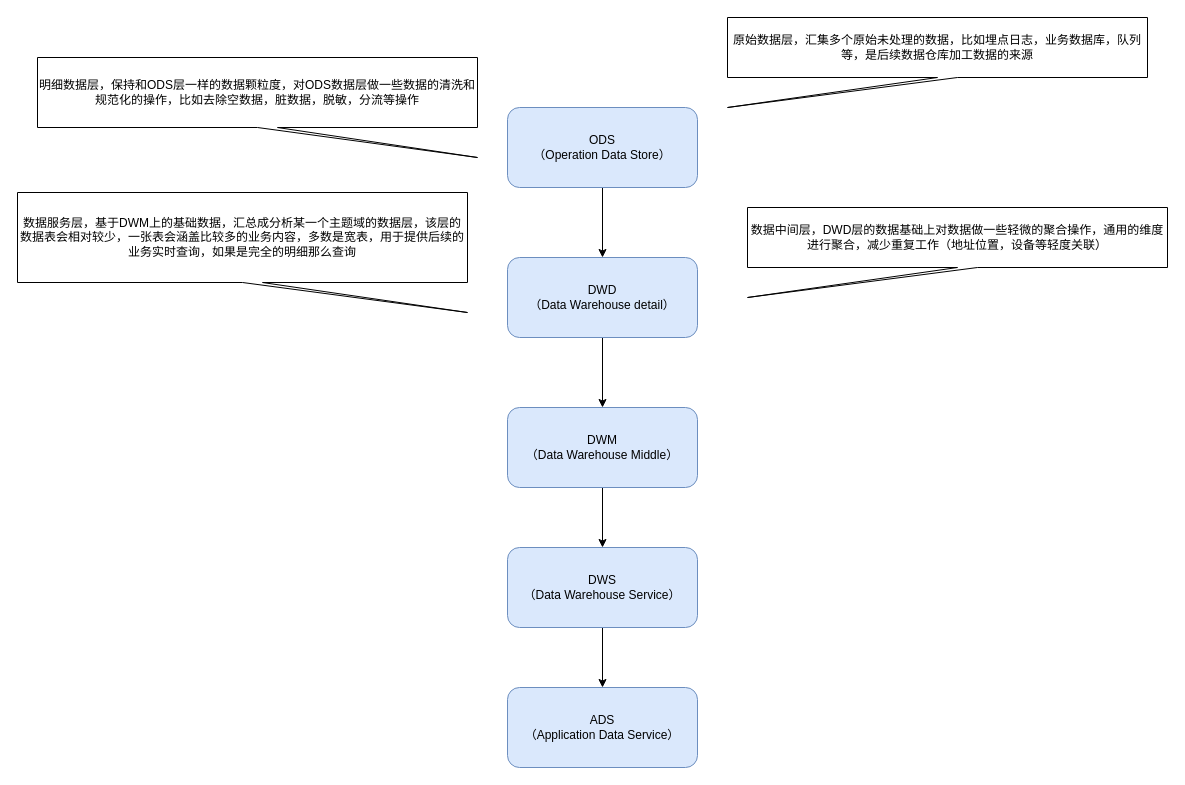
Earlier version of the draw.io diagram 大数据分层.drawio (ChengziMao/diagrams). Source tidied: cells renumbered, new cells numbered last; positions are measured from the earlier drawing's top-left corner, leaving out a move shared by most shapes. Both pictures are drawn from the tidied source at 100%, with x=0, y=0 at pixel (17, 17).
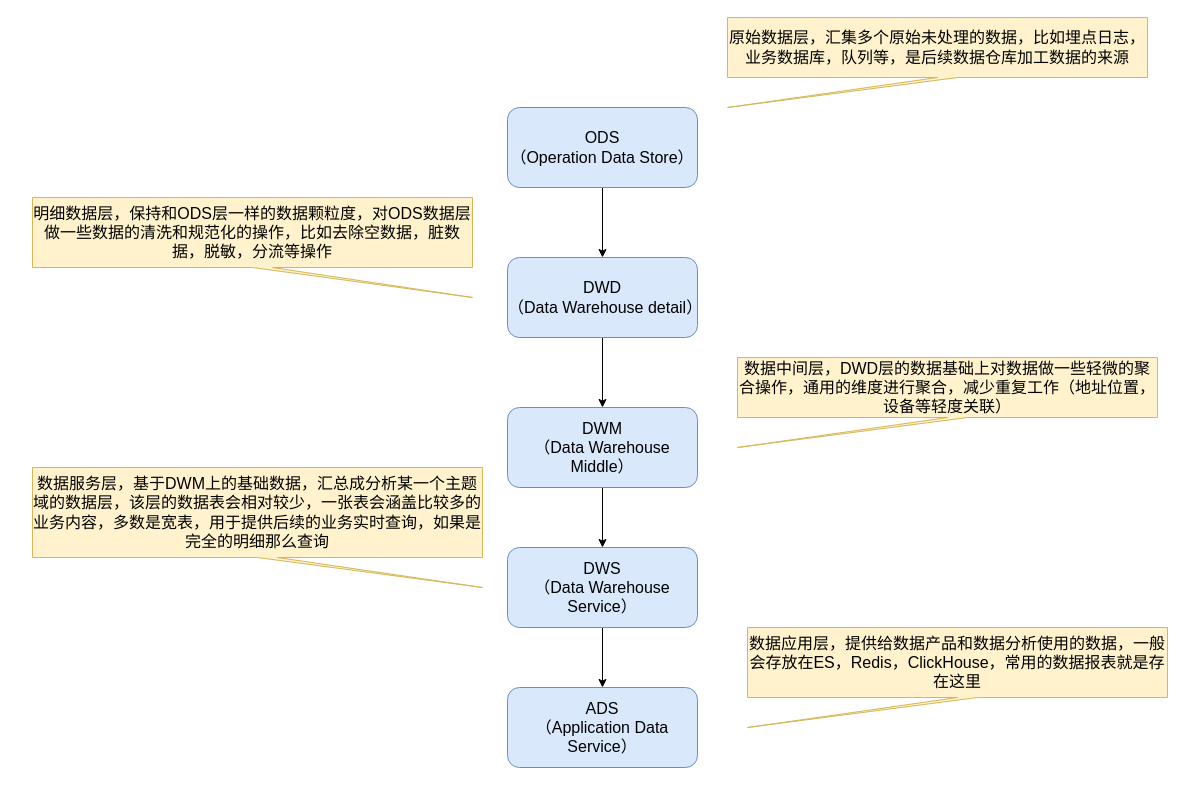
The same diagram, later.

Commit message:
更新大数据分层.drawio

What changed in the source:
```diff
@@
 <mxGraphModel>
   <root>
     <mxCell id="0" />
     <mxCell id="1" parent="0" />
-    <mxCell id="2" style="edgeStyle=orthogonalEdgeStyle;rounded=0;jettySize=auto;html=1;" parent="1" edge="1" source="3" target="5">
+    <mxCell id="2" style="edgeStyle=orthogonalEdgeStyle;rounded=0;jettySize=auto;html=1;fontSize=16;" parent="1" edge="1" source="3" target="5">
       <mxGeometry relative="1" as="geometry" />
     </mxCell>
-    <mxCell id="3" value="&lt;font style=&quot;vertical-align: inherit;&quot; class=&quot;notranslate fyzs-translate-target fyzs-translate-target-wrapper&quot;&gt;&lt;font style=&quot;vertical-align: inherit;&quot; class=&quot;notranslate fyzs-translate-target fyzs-translate-target-box&quot;&gt;&lt;font style=&quot;vertical-align: inherit;&quot; title=&quot;O&quot; class=&quot;notranslate fyzs-translate-target fyzs-translate-target-text&quot;&gt;ODS&lt;/font&gt;&lt;/font&gt;&lt;/font&gt;&lt;div&gt;&lt;font style=&quot;vertical-align: inherit;&quot; class=&quot;notranslate fyzs-translate-target fyzs-translate-target-wrapper&quot;&gt;&lt;font style=&quot;vertical-align: inherit;&quot; class=&quot;notranslate fyzs-translate-target fyzs-translate-target-box&quot;&gt;&lt;font style=&quot;vertical-align: inherit;&quot; title=&quot;O&quot; class=&quot;notranslate fyzs-translate-target fyzs-translate-target-text&quot;&gt;（Operation Data Store）&lt;/font&gt;&lt;/font&gt;&lt;/font&gt;&lt;/div&gt;" style="rounded=1;whiteSpace=wrap;html=1;fillColor=#dae8fc;strokeColor=#6c8ebf;" parent="1" vertex="1">
+    <mxCell id="3" value="&lt;font style=&quot;vertical-align: inherit;&quot; class=&quot;notranslate fyzs-translate-target fyzs-translate-target-wrapper&quot;&gt;&lt;font style=&quot;vertical-align: inherit;&quot; class=&quot;notranslate fyzs-translate-target fyzs-translate-target-box&quot;&gt;&lt;font style=&quot;vertical-align: inherit;&quot; title=&quot;O&quot; class=&quot;notranslate fyzs-translate-target fyzs-translate-target-text&quot;&gt;ODS&lt;/font&gt;&lt;/font&gt;&lt;/font&gt;&lt;div&gt;&lt;font style=&quot;vertical-align: inherit;&quot; class=&quot;notranslate fyzs-translate-target fyzs-translate-target-wrapper&quot;&gt;&lt;font style=&quot;vertical-align: inherit;&quot; class=&quot;notranslate fyzs-translate-target fyzs-translate-target-box&quot;&gt;&lt;font style=&quot;vertical-align: inherit;&quot; title=&quot;O&quot; class=&quot;notranslate fyzs-translate-target fyzs-translate-target-text&quot;&gt;（Operation Data Store）&lt;/font&gt;&lt;/font&gt;&lt;/font&gt;&lt;/div&gt;" style="rounded=1;whiteSpace=wrap;html=1;fillColor=#dae8fc;strokeColor=#6c8ebf;fontSize=16;" parent="1" vertex="1">
       <mxGeometry x="490" y="90" width="190" height="80" as="geometry" />
     </mxCell>
-    <mxCell id="4" style="edgeStyle=orthogonalEdgeStyle;rounded=0;jettySize=auto;html=1;entryX=0.5;entryY=0;entryDx=0;entryDy=0;" parent="1" edge="1" source="5" target="7">
+    <mxCell id="4" style="edgeStyle=orthogonalEdgeStyle;rounded=0;jettySize=auto;html=1;entryX=0.5;entryY=0;entryDx=0;entryDy=0;fontSize=16;" parent="1" edge="1" source="5" target="7">
       <mxGeometry relative="1" as="geometry" />
     </mxCell>
-    <mxCell id="5" value="&lt;font style=&quot;vertical-align: inherit;&quot; class=&quot;notranslate fyzs-translate-target fyzs-translate-target-wrapper&quot;&gt;&lt;font style=&quot;vertical-align: inherit;&quot; class=&quot;notranslate fyzs-translate-target fyzs-translate-target-box&quot;&gt;&lt;font style=&quot;vertical-align: inherit;&quot; title=&quot;D&quot; class=&quot;notranslate fyzs-translate-target fyzs-translate-target-text&quot;&gt;DWD&lt;/font&gt;&lt;/font&gt;&lt;/font&gt;&lt;div&gt;&lt;font style=&quot;vertical-align: inherit;&quot; class=&quot;notranslate fyzs-translate-target fyzs-translate-target-wrapper&quot;&gt;&lt;font style=&quot;vertical-align: inherit;&quot; class=&quot;notranslate fyzs-translate-target fyzs-translate-target-box&quot;&gt;&lt;font style=&quot;vertical-align: inherit;&quot; title=&quot;D&quot; class=&quot;notranslate fyzs-translate-target fyzs-translate-target-text&quot;&gt;（Data Warehouse detail）&lt;/font&gt;&lt;/font&gt;&lt;/font&gt;&lt;/div&gt;" style="rounded=1;whiteSpace=wrap;html=1;fillColor=#dae8fc;strokeColor=#6c8ebf;" parent="1" vertex="1">
+    <mxCell id="5" value="&lt;font style=&quot;vertical-align: inherit;&quot; class=&quot;notranslate fyzs-translate-target fyzs-translate-target-wrapper&quot;&gt;&lt;font style=&quot;vertical-align: inherit;&quot; class=&quot;notranslate fyzs-translate-target fyzs-translate-target-box&quot;&gt;&lt;font style=&quot;vertical-align: inherit;&quot; title=&quot;D&quot; class=&quot;notranslate fyzs-translate-target fyzs-translate-target-text&quot;&gt;DWD&lt;/font&gt;&lt;/font&gt;&lt;/font&gt;&lt;div&gt;&lt;font style=&quot;vertical-align: inherit;&quot; class=&quot;notranslate fyzs-translate-target fyzs-translate-target-wrapper&quot;&gt;&lt;font style=&quot;vertical-align: inherit;&quot; class=&quot;notranslate fyzs-translate-target fyzs-translate-target-box&quot;&gt;&lt;font style=&quot;vertical-align: inherit;&quot; title=&quot;D&quot; class=&quot;notranslate fyzs-translate-target fyzs-translate-target-text&quot;&gt;（Data Warehouse detail）&lt;/font&gt;&lt;/font&gt;&lt;/font&gt;&lt;/div&gt;" style="rounded=1;whiteSpace=wrap;html=1;fillColor=#dae8fc;strokeColor=#6c8ebf;fontSize=16;" parent="1" vertex="1">
       <mxGeometry x="490" y="240" width="190" height="80" as="geometry" />
     </mxCell>
-    <mxCell id="6" style="edgeStyle=orthogonalEdgeStyle;rounded=0;jettySize=auto;html=1;" parent="1" edge="1" source="7" target="9">
+    <mxCell id="6" style="edgeStyle=orthogonalEdgeStyle;rounded=0;jettySize=auto;html=1;fontSize=16;" parent="1" edge="1" source="7" target="9">
       <mxGeometry relative="1" as="geometry" />
     </mxCell>
-    <mxCell id="7" value="&lt;font style=&quot;vertical-align: inherit;&quot; class=&quot;notranslate fyzs-translate-target fyzs-translate-target-wrapper&quot;&gt;&lt;font style=&quot;vertical-align: inherit;&quot; class=&quot;notranslate fyzs-translate-target fyzs-translate-target-box&quot;&gt;&lt;font style=&quot;vertical-align: inherit;&quot; title=&quot;D&quot; class=&quot;notranslate fyzs-translate-target fyzs-translate-target-text&quot;&gt;DWM&lt;/font&gt;&lt;/font&gt;&lt;/font&gt;&lt;div&gt;&lt;font style=&quot;vertical-align: inherit;&quot; class=&quot;notranslate fyzs-translate-target fyzs-translate-target-wrapper&quot;&gt;&lt;font style=&quot;vertical-align: inherit;&quot; class=&quot;notranslate fyzs-translate-target fyzs-translate-target-box&quot;&gt;&lt;font style=&quot;vertical-align: inherit;&quot; title=&quot;D&quot; class=&quot;notranslate fyzs-translate-target fyzs-translate-target-text&quot;&gt;（Data Warehouse Middle）&lt;/font&gt;&lt;/font&gt;&lt;/font&gt;&lt;/div&gt;" style="rounded=1;whiteSpace=wrap;html=1;fillColor=#dae8fc;strokeColor=#6c8ebf;" parent="1" vertex="1">
+    <mxCell id="7" value="&lt;font style=&quot;vertical-align: inherit;&quot; class=&quot;notranslate fyzs-translate-target fyzs-translate-target-wrapper&quot;&gt;&lt;font style=&quot;vertical-align: inherit;&quot; class=&quot;notranslate fyzs-translate-target fyzs-translate-target-box&quot;&gt;&lt;font style=&quot;vertical-align: inherit;&quot; title=&quot;D&quot; class=&quot;notranslate fyzs-translate-target fyzs-translate-target-text&quot;&gt;DWM&lt;/font&gt;&lt;/font&gt;&lt;/font&gt;&lt;div&gt;&lt;font style=&quot;vertical-align: inherit;&quot; class=&quot;notranslate fyzs-translate-target fyzs-translate-target-wrapper&quot;&gt;&lt;font style=&quot;vertical-align: inherit;&quot; class=&quot;notranslate fyzs-translate-target fyzs-translate-target-box&quot;&gt;&lt;font style=&quot;vertical-align: inherit;&quot; title=&quot;D&quot; class=&quot;notranslate fyzs-translate-target fyzs-translate-target-text&quot;&gt;（Data Warehouse Middle）&lt;/font&gt;&lt;/font&gt;&lt;/font&gt;&lt;/div&gt;" style="rounded=1;whiteSpace=wrap;html=1;fillColor=#dae8fc;strokeColor=#6c8ebf;fontSize=16;" parent="1" vertex="1">
       <mxGeometry x="490" y="390" width="190" height="80" as="geometry" />
     </mxCell>
-    <mxCell id="8" style="edgeStyle=orthogonalEdgeStyle;rounded=0;jettySize=auto;html=1;entryX=0.5;entryY=0;entryDx=0;entryDy=0;" parent="1" edge="1" source="9" target="10">
+    <mxCell id="8" style="edgeStyle=orthogonalEdgeStyle;rounded=0;jettySize=auto;html=1;entryX=0.5;entryY=0;entryDx=0;entryDy=0;fontSize=16;" parent="1" edge="1" source="9" target="10">
       <mxGeometry relative="1" as="geometry" />
     </mxCell>
-    <mxCell id="9" value="&lt;font style=&quot;vertical-align: inherit;&quot; class=&quot;notranslate fyzs-translate-target fyzs-translate-target-wrapper&quot;&gt;&lt;font style=&quot;vertical-align: inherit;&quot; class=&quot;notranslate fyzs-translate-target fyzs-translate-target-box&quot;&gt;&lt;font style=&quot;vertical-align: inherit;&quot; title=&quot;D&quot; class=&quot;notranslate fyzs-translate-target fyzs-translate-target-text&quot;&gt;DWS&lt;/font&gt;&lt;/font&gt;&lt;/font&gt;&lt;div&gt;&lt;font style=&quot;vertical-align: inherit;&quot; class=&quot;notranslate fyzs-translate-target fyzs-translate-target-wrapper&quot;&gt;&lt;font style=&quot;vertical-align: inherit;&quot; class=&quot;notranslate fyzs-translate-target fyzs-translate-target-box&quot;&gt;&lt;font style=&quot;vertical-align: inherit;&quot; title=&quot;D&quot; class=&quot;notranslate fyzs-translate-target fyzs-translate-target-text&quot;&gt;（Data Warehouse Service）&lt;/font&gt;&lt;/font&gt;&lt;/font&gt;&lt;/div&gt;" style="rounded=1;whiteSpace=wrap;html=1;fillColor=#dae8fc;strokeColor=#6c8ebf;" parent="1" vertex="1">
+    <mxCell id="9" value="&lt;font style=&quot;vertical-align: inherit;&quot; class=&quot;notranslate fyzs-translate-target fyzs-translate-target-wrapper&quot;&gt;&lt;font style=&quot;vertical-align: inherit;&quot; class=&quot;notranslate fyzs-translate-target fyzs-translate-target-box&quot;&gt;&lt;font style=&quot;vertical-align: inherit;&quot; title=&quot;D&quot; class=&quot;notranslate fyzs-translate-target fyzs-translate-target-text&quot;&gt;DWS&lt;/font&gt;&lt;/font&gt;&lt;/font&gt;&lt;div&gt;&lt;font style=&quot;vertical-align: inherit;&quot; class=&quot;notranslate fyzs-translate-target fyzs-translate-target-wrapper&quot;&gt;&lt;font style=&quot;vertical-align: inherit;&quot; class=&quot;notranslate fyzs-translate-target fyzs-translate-target-box&quot;&gt;&lt;font style=&quot;vertical-align: inherit;&quot; title=&quot;D&quot; class=&quot;notranslate fyzs-translate-target fyzs-translate-target-text&quot;&gt;（Data Warehouse Service）&lt;/font&gt;&lt;/font&gt;&lt;/font&gt;&lt;/div&gt;" style="rounded=1;whiteSpace=wrap;html=1;fillColor=#dae8fc;strokeColor=#6c8ebf;fontSize=16;" parent="1" vertex="1">
       <mxGeometry x="490" y="530" width="190" height="80" as="geometry" />
     </mxCell>
-    <mxCell id="10" value="&lt;font style=&quot;vertical-align: inherit;&quot; class=&quot;notranslate fyzs-translate-target fyzs-translate-target-wrapper&quot;&gt;&lt;font style=&quot;vertical-align: inherit;&quot; class=&quot;notranslate fyzs-translate-target fyzs-translate-target-box&quot;&gt;&lt;font style=&quot;vertical-align: inherit;&quot; title=&quot;A&quot; class=&quot;notranslate fyzs-translate-target fyzs-translate-target-text&quot;&gt;ADS&lt;/font&gt;&lt;/font&gt;&lt;/font&gt;&lt;div&gt;&lt;font style=&quot;vertical-align: inherit;&quot; class=&quot;notranslate fyzs-translate-target fyzs-translate-target-wrapper&quot;&gt;&lt;font style=&quot;vertical-align: inherit;&quot; class=&quot;notranslate fyzs-translate-target fyzs-translate-target-box&quot;&gt;&lt;font style=&quot;vertical-align: inherit;&quot; title=&quot;A&quot; class=&quot;notranslate fyzs-translate-target fyzs-translate-target-text&quot;&gt;（Application Data Service）&lt;/font&gt;&lt;/font&gt;&lt;/font&gt;&lt;/div&gt;" style="rounded=1;whiteSpace=wrap;html=1;fillColor=#dae8fc;strokeColor=#6c8ebf;" parent="1" vertex="1">
+    <mxCell id="10" value="&lt;font style=&quot;vertical-align: inherit;&quot; class=&quot;notranslate fyzs-translate-target fyzs-translate-target-wrapper&quot;&gt;&lt;font style=&quot;vertical-align: inherit;&quot; class=&quot;notranslate fyzs-translate-target fyzs-translate-target-box&quot;&gt;&lt;font style=&quot;vertical-align: inherit;&quot; title=&quot;A&quot; class=&quot;notranslate fyzs-translate-target fyzs-translate-target-text&quot;&gt;ADS&lt;/font&gt;&lt;/font&gt;&lt;/font&gt;&lt;div&gt;&lt;font style=&quot;vertical-align: inherit;&quot; class=&quot;notranslate fyzs-translate-target fyzs-translate-target-wrapper&quot;&gt;&lt;font style=&quot;vertical-align: inherit;&quot; class=&quot;notranslate fyzs-translate-target fyzs-translate-target-box&quot;&gt;&lt;font style=&quot;vertical-align: inherit;&quot; title=&quot;A&quot; class=&quot;notranslate fyzs-translate-target fyzs-translate-target-text&quot;&gt;（Application Data Service）&lt;/font&gt;&lt;/font&gt;&lt;/font&gt;&lt;/div&gt;" style="rounded=1;whiteSpace=wrap;html=1;fillColor=#dae8fc;strokeColor=#6c8ebf;fontSize=16;" parent="1" vertex="1">
       <mxGeometry x="490" y="670" width="190" height="80" as="geometry" />
     </mxCell>
-    <mxCell id="11" value="&lt;font style=&quot;vertical-align: inherit;&quot; class=&quot;notranslate fyzs-translate-target fyzs-translate-target-wrapper&quot;&gt;&lt;font style=&quot;vertical-align: inherit;&quot; class=&quot;notranslate fyzs-translate-target fyzs-translate-target-box&quot;&gt;&lt;font style=&quot;vertical-align: inherit;&quot; title=&quot;y&quot; class=&quot;notranslate fyzs-translate-target fyzs-translate-target-text&quot;&gt;原始数据层，汇集多个原始未处理的数据，比如埋点日志，业务数据库，队列等，是后续数据仓库加工数据的来源&lt;/font&gt;&lt;/font&gt;&lt;/font&gt;" style="shape=callout;whiteSpace=wrap;html=1;perimeter=calloutPerimeter;position2=0;" parent="1" vertex="1">
+    <mxCell id="11" value="&lt;font style=&quot;vertical-align: inherit;&quot; class=&quot;notranslate fyzs-translate-target fyzs-translate-target-wrapper&quot;&gt;&lt;font style=&quot;vertical-align: inherit;&quot; class=&quot;notranslate fyzs-translate-target fyzs-translate-target-box&quot;&gt;&lt;font style=&quot;vertical-align: inherit;&quot; title=&quot;y&quot; class=&quot;notranslate fyzs-translate-target fyzs-translate-target-text&quot;&gt;原始数据层，汇集多个原始未处理的数据，比如埋点日志，业务数据库，队列等，是后续数据仓库加工数据的来源&lt;/font&gt;&lt;/font&gt;&lt;/font&gt;" style="shape=callout;whiteSpace=wrap;html=1;perimeter=calloutPerimeter;position2=0;fontSize=16;fillColor=#fff2cc;strokeColor=#d6b656;" parent="1" vertex="1">
       <mxGeometry x="710" width="420" height="90" as="geometry" />
     </mxCell>
-    <mxCell id="12" value="&lt;font style=&quot;vertical-align: inherit;&quot; class=&quot;notranslate fyzs-translate-target fyzs-translate-target-wrapper&quot;&gt;&lt;font style=&quot;vertical-align: inherit;&quot; class=&quot;notranslate fyzs-translate-target fyzs-translate-target-box&quot;&gt;&lt;font style=&quot;vertical-align: inherit;&quot; title=&quot;m&quot; class=&quot;notranslate fyzs-translate-target fyzs-translate-target-text&quot;&gt;明细数据层，保持和ODS层一样的数据颗粒度，对ODS数据层做一些数据的清洗和规范化的操作，比如去除空数据，脏数据，脱敏，分流等操作&lt;/font&gt;&lt;/font&gt;&lt;/font&gt;" style="shape=callout;whiteSpace=wrap;html=1;perimeter=calloutPerimeter;position2=1;" parent="1" vertex="1">
-      <mxGeometry x="20" y="40" width="440" height="100" as="geometry" />
+    <mxCell id="12" value="&lt;font style=&quot;vertical-align: inherit;&quot; class=&quot;notranslate fyzs-translate-target fyzs-translate-target-wrapper&quot;&gt;&lt;font style=&quot;vertical-align: inherit;&quot; class=&quot;notranslate fyzs-translate-target fyzs-translate-target-box&quot;&gt;&lt;font style=&quot;vertical-align: inherit;&quot; title=&quot;m&quot; class=&quot;notranslate fyzs-translate-target fyzs-translate-target-text&quot;&gt;明细数据层，保持和ODS层一样的数据颗粒度，对ODS数据层做一些数据的清洗和规范化的操作，比如去除空数据，脏数据，脱敏，分流等操作&lt;/font&gt;&lt;/font&gt;&lt;/font&gt;" style="shape=callout;whiteSpace=wrap;html=1;perimeter=calloutPerimeter;position2=1;fontSize=16;fillColor=#fff2cc;strokeColor=#d6b656;" parent="1" vertex="1">
+      <mxGeometry x="15" y="180" width="440" height="100" as="geometry" />
     </mxCell>
-    <mxCell id="13" value="&lt;font style=&quot;vertical-align: inherit;&quot; class=&quot;notranslate fyzs-translate-target fyzs-translate-target-wrapper&quot;&gt;&lt;font style=&quot;vertical-align: inherit;&quot; class=&quot;notranslate fyzs-translate-target fyzs-translate-target-box&quot;&gt;&lt;font style=&quot;vertical-align: inherit;&quot; title=&quot;s&quot; class=&quot;notranslate fyzs-translate-target fyzs-translate-target-text&quot;&gt;数据中间层，DWD层的数据基础上对数据做一些轻微的聚合操作，通用的维度进行聚合，减少重复工作（地址位置，设备等轻度关联）&lt;/font&gt;&lt;/font&gt;&lt;/font&gt;" style="shape=callout;whiteSpace=wrap;html=1;perimeter=calloutPerimeter;position2=0;" parent="1" vertex="1">
-      <mxGeometry x="730" y="190" width="420" height="90" as="geometry" />
+    <mxCell id="13" value="&lt;font style=&quot;vertical-align: inherit;&quot; class=&quot;notranslate fyzs-translate-target fyzs-translate-target-wrapper&quot;&gt;&lt;font style=&quot;vertical-align: inherit;&quot; class=&quot;notranslate fyzs-translate-target fyzs-translate-target-box&quot;&gt;&lt;font style=&quot;vertical-align: inherit;&quot; title=&quot;s&quot; class=&quot;notranslate fyzs-translate-target fyzs-translate-target-text&quot;&gt;数据中间层，DWD层的数据基础上对数据做一些轻微的聚合操作，通用的维度进行聚合，减少重复工作（地址位置，设备等轻度关联）&lt;/font&gt;&lt;/font&gt;&lt;/font&gt;" style="shape=callout;whiteSpace=wrap;html=1;perimeter=calloutPerimeter;position2=0;fontSize=16;fillColor=#fff2cc;strokeColor=#d6b656;" parent="1" vertex="1">
+      <mxGeometry x="720" y="340" width="420" height="90" as="geometry" />
     </mxCell>
-    <mxCell id="14" value="&lt;font style=&quot;vertical-align: inherit;&quot; class=&quot;notranslate fyzs-translate-target fyzs-translate-target-wrapper&quot;&gt;&lt;font style=&quot;vertical-align: inherit;&quot; class=&quot;notranslate fyzs-translate-target fyzs-translate-target-box&quot;&gt;&lt;font style=&quot;vertical-align: inherit;&quot; title=&quot;s&quot; class=&quot;notranslate fyzs-translate-target fyzs-translate-target-text&quot;&gt;数据服务层，基于DWM上的基础数据，汇总成分析某一个主题域的数据层，该层的数据表会相对较少，一张表会涵盖比较多的业务内容，多数是宽表，用于提供后续的业务实时查询，如果是完全的明细那么查询&lt;/font&gt;&lt;/font&gt;&lt;/font&gt;" style="shape=callout;whiteSpace=wrap;html=1;perimeter=calloutPerimeter;position2=1;" parent="1" vertex="1">
-      <mxGeometry y="175" width="450" height="120" as="geometry" />
+    <mxCell id="14" value="&lt;font style=&quot;vertical-align: inherit;&quot; class=&quot;notranslate fyzs-translate-target fyzs-translate-target-wrapper&quot;&gt;&lt;font style=&quot;vertical-align: inherit;&quot; class=&quot;notranslate fyzs-translate-target fyzs-translate-target-box&quot;&gt;&lt;font style=&quot;vertical-align: inherit;&quot; title=&quot;s&quot; class=&quot;notranslate fyzs-translate-target fyzs-translate-target-text&quot;&gt;数据服务层，基于DWM上的基础数据，汇总成分析某一个主题域的数据层，该层的数据表会相对较少，一张表会涵盖比较多的业务内容，多数是宽表，用于提供后续的业务实时查询，如果是完全的明细那么查询&lt;/font&gt;&lt;/font&gt;&lt;/font&gt;" style="shape=callout;whiteSpace=wrap;html=1;perimeter=calloutPerimeter;position2=1;fontSize=16;fillColor=#fff2cc;strokeColor=#d6b656;" parent="1" vertex="1">
+      <mxGeometry x="15" y="450" width="450" height="120" as="geometry" />
     </mxCell>
+    <mxCell id="15" value="&lt;font style=&quot;vertical-align: inherit;&quot; class=&quot;notranslate fyzs-translate-target fyzs-translate-target-wrapper&quot;&gt;&lt;font style=&quot;vertical-align: inherit;&quot; class=&quot;notranslate fyzs-translate-target fyzs-translate-target-box&quot;&gt;&lt;font style=&quot;vertical-align: inherit;&quot; title=&quot;s&quot; class=&quot;notranslate fyzs-translate-target fyzs-translate-target-text&quot;&gt;数据应用层，提供给数据产品和数据分析使用的数据，一般会存放在ES，Redis，ClickHouse，常用的数据报表就是存在这里&lt;/font&gt;&lt;/font&gt;&lt;/font&gt;" style="shape=callout;whiteSpace=wrap;html=1;perimeter=calloutPerimeter;position2=0;fontSize=16;fillColor=#fff2cc;strokeColor=#d6b656;" parent="1" vertex="1">
+      <mxGeometry x="730" y="610" width="420" height="100" as="geometry" />
+    </mxCell>
   </root>
 </mxGraphModel>
```
